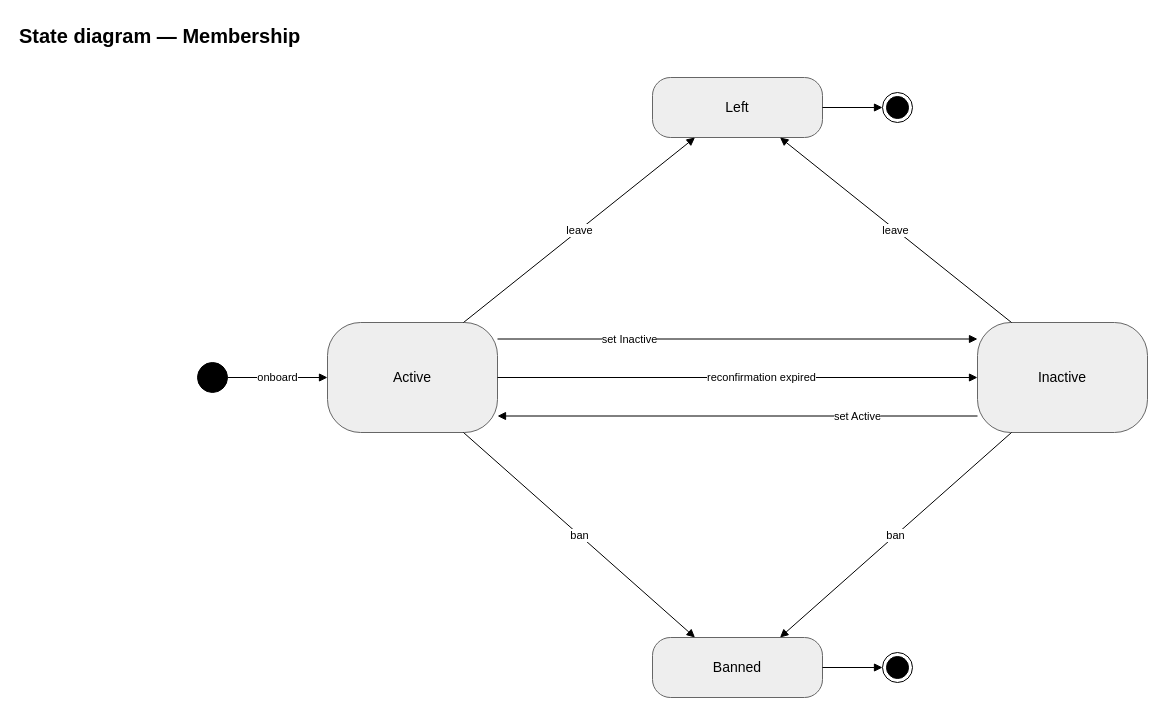
Earlier version of the draw.io diagram page "Membership" (3 of 9) of docs/03-diagrams/UCMS_State_Diagrams.drawio (nvdekay/ClubManagementSystem). Source tidied: cells renumbered, new cells numbered last; positions are measured from the earlier drawing's top-left corner, leaving out a move shared by most shapes. Both pictures are drawn from the tidied source at 100%, with x=0, y=0 at pixel (17, 17).
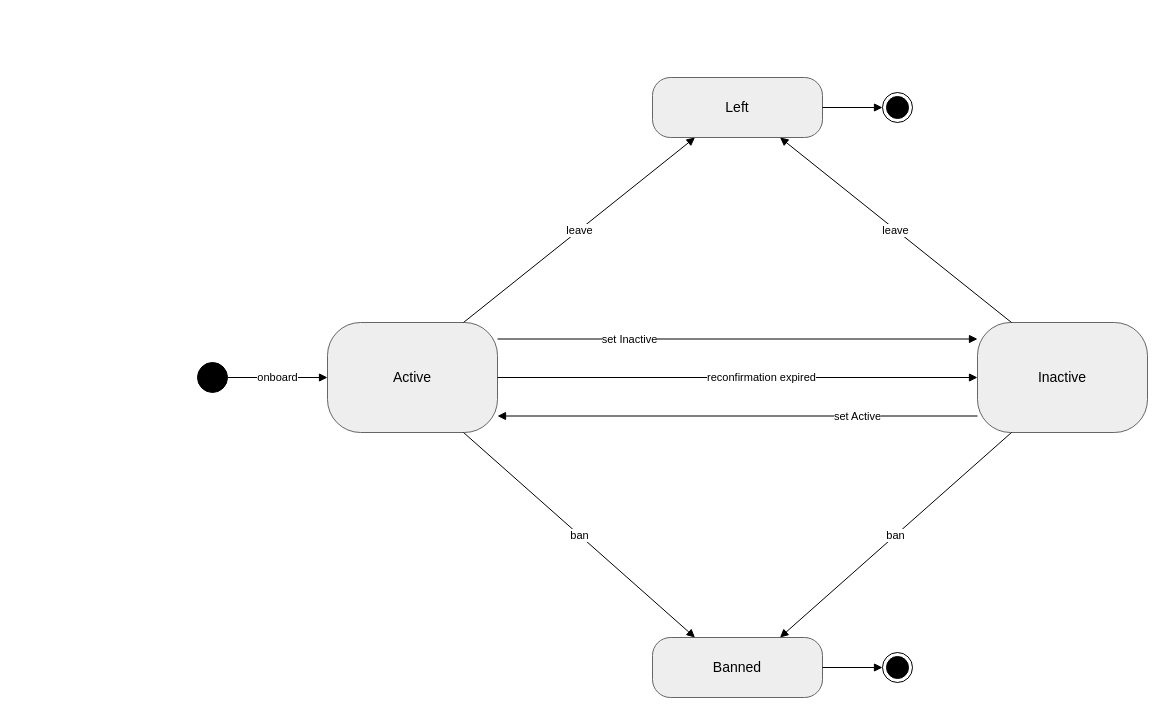
Above is the later version.

What changed in the source:
```diff
@@
 <mxGraphModel background="#ffffff">
   <root>
     <mxCell id="0" />
     <mxCell id="1" parent="0" />
-    <mxCell id="2" value="State diagram — Membership" style="text;html=1;fontSize=20;fontStyle=1;" parent="1" vertex="1">
-      <mxGeometry width="600" height="30" as="geometry" />
-    </mxCell>
     <mxCell id="3" style="ellipse;html=1;fillColor=#000000;strokeColor=#000000;" parent="1" vertex="1">
       <mxGeometry x="180" y="345" width="30" height="30" as="geometry" />
     </mxCell>
     <mxCell id="4" value="Active" style="rounded=1;arcSize=30;whiteSpace=wrap;html=1;fillColor=#eeeeee;strokeColor=#666666;fontSize=14;" parent="1" vertex="1">
       <mxGeometry x="310" y="305" width="170" height="110" as="geometry" />
     </mxCell>
     <mxCell id="5" value="Inactive" style="rounded=1;arcSize=30;whiteSpace=wrap;html=1;fillColor=#eeeeee;strokeColor=#666666;fontSize=14;" parent="1" vertex="1">
       <mxGeometry x="960" y="305" width="170" height="110" as="geometry" />
     </mxCell>
     <mxCell id="6" value="Left" style="rounded=1;arcSize=30;whiteSpace=wrap;html=1;fillColor=#eeeeee;strokeColor=#666666;fontSize=14;" parent="1" vertex="1">
       <mxGeometry x="635" y="60" width="170" height="60" as="geometry" />
     </mxCell>
     <mxCell id="7" value="Banned" style="rounded=1;arcSize=30;whiteSpace=wrap;html=1;fillColor=#eeeeee;strokeColor=#666666;fontSize=14;" parent="1" vertex="1">
       <mxGeometry x="635" y="620" width="170" height="60" as="geometry" />
     </mxCell>
     <mxCell id="8" style="ellipse;html=1;shape=endState;fillColor=#000000;strokeColor=#000000;" parent="1" vertex="1">
       <mxGeometry x="865" y="75" width="30" height="30" as="geometry" />
     </mxCell>
     <mxCell id="9" style="ellipse;html=1;shape=endState;fillColor=#000000;strokeColor=#000000;" parent="1" vertex="1">
       <mxGeometry x="865" y="635" width="30" height="30" as="geometry" />
     </mxCell>
     <mxCell id="10" value="onboard" style="endArrow=block;endFill=1;html=1;rounded=0;fontSize=11;labelBackgroundColor=#ffffff;" parent="1" edge="1" source="3" target="4">
       <mxGeometry relative="1" as="geometry" />
     </mxCell>
     <mxCell id="11" style="endArrow=block;endFill=1;html=1;rounded=0;fontSize=11;labelBackgroundColor=#ffffff;" parent="1" edge="1" source="6" target="8">
       <mxGeometry relative="1" as="geometry" />
     </mxCell>
     <mxCell id="12" style="endArrow=block;endFill=1;html=1;rounded=0;fontSize=11;labelBackgroundColor=#ffffff;" parent="1" edge="1" source="7" target="9">
       <mxGeometry relative="1" as="geometry" />
     </mxCell>
     <mxCell id="13" value="set Inactive" style="endArrow=block;endFill=1;html=1;rounded=0;fontSize=11;labelBackgroundColor=#ffffff;exitX=1;exitY=0.15;exitDx=0;exitDy=0;entryX=0;entryY=0.15;entryDx=0;entryDy=0;" parent="1" edge="1" source="4" target="5">
       <mxGeometry x="-0.45" relative="1" as="geometry" />
     </mxCell>
     <mxCell id="14" value="reconfirmation expired" style="endArrow=block;endFill=1;html=1;rounded=0;fontSize=11;labelBackgroundColor=#ffffff;exitX=1;exitY=0.5;exitDx=0;exitDy=0;entryX=0;entryY=0.5;entryDx=0;entryDy=0;" parent="1" edge="1" source="4" target="5">
       <mxGeometry x="0.1" relative="1" as="geometry" />
     </mxCell>
     <mxCell id="15" value="set Active" style="endArrow=block;endFill=1;html=1;rounded=0;fontSize=11;labelBackgroundColor=#ffffff;exitX=0;exitY=0.85;exitDx=0;exitDy=0;entryX=1;entryY=0.85;entryDx=0;entryDy=0;" parent="1" edge="1" source="5" target="4">
       <mxGeometry x="-0.5" relative="1" as="geometry" />
     </mxCell>
     <mxCell id="16" value="leave" style="endArrow=block;endFill=1;html=1;rounded=0;fontSize=11;labelBackgroundColor=#ffffff;exitX=0.8;exitY=0;exitDx=0;exitDy=0;entryX=0.25;entryY=1;entryDx=0;entryDy=0;" parent="1" edge="1" source="4" target="6">
       <mxGeometry relative="1" as="geometry" />
     </mxCell>
     <mxCell id="17" value="leave" style="endArrow=block;endFill=1;html=1;rounded=0;fontSize=11;labelBackgroundColor=#ffffff;exitX=0.2;exitY=0;exitDx=0;exitDy=0;entryX=0.75;entryY=1;entryDx=0;entryDy=0;" parent="1" edge="1" source="5" target="6">
       <mxGeometry relative="1" as="geometry" />
     </mxCell>
     <mxCell id="18" value="ban" style="endArrow=block;endFill=1;html=1;rounded=0;fontSize=11;labelBackgroundColor=#ffffff;exitX=0.8;exitY=1;exitDx=0;exitDy=0;entryX=0.25;entryY=0;entryDx=0;entryDy=0;" parent="1" edge="1" source="4" target="7">
       <mxGeometry relative="1" as="geometry" />
     </mxCell>
     <mxCell id="19" value="ban" style="endArrow=block;endFill=1;html=1;rounded=0;fontSize=11;labelBackgroundColor=#ffffff;exitX=0.2;exitY=1;exitDx=0;exitDy=0;entryX=0.75;entryY=0;entryDx=0;entryDy=0;" parent="1" edge="1" source="5" target="7">
       <mxGeometry relative="1" as="geometry" />
     </mxCell>
   </root>
 </mxGraphModel>
```
